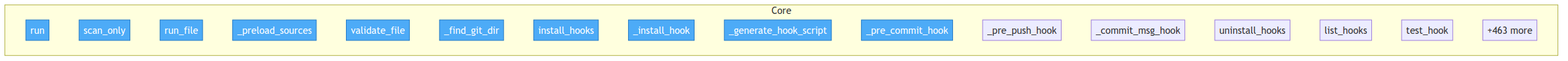
Above: project/flow.png in semcod/refactoring (Mermaid), before the change. Its source is kept beside it as project/flow.mmd.
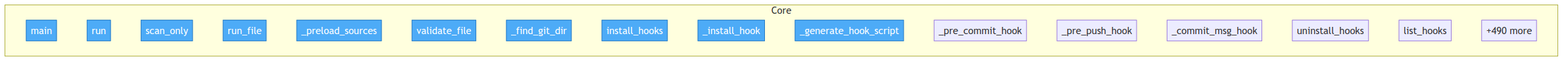
The same file after the commit.

The edit, as a diff of the source:
```diff
@@ -3,6 +3,7 @@
     classDef entry fill:#4dabf7,stroke:#1971c2,color:#fff
 
     subgraph Core
+        benchmark_ram_optimization__main["main"]
         src__prefact__engine__RefactoringEngine__run["run"]
         src__prefact__engine__RefactoringEngine__scan_only["scan_only"]
         src__prefact__engine__RefactoringEngine__run_file["run_file"]
@@ -17,8 +18,7 @@
         src__prefact__git_hooks__GitHooks___commit_msg_hook["_commit_msg_hook"]
         src__prefact__git_hooks__GitHooks__uninstall_hooks["uninstall_hooks"]
         src__prefact__git_hooks__GitHooks__list_hooks["list_hooks"]
-        src__prefact__git_hooks__GitHooks__test_hook["test_hook"]
-        ...["+463 more"]
+        ...["+490 more"]
     end
 
-    class src__prefact__engine__RefactoringEngine__run,src__prefact__engine__RefactoringEngine__scan_only,src__prefact__engine__RefactoringEngine__run_file,src__prefact__engine__RefactoringEngine___preload_sources,src__prefact__validator__Validator__validate_file,src__prefact__git_hooks__GitHooks___find_git_dir,src__prefact__git_hooks__GitHooks__install_hooks,src__prefact__git_hooks__GitHooks___install_hook,src__prefact__git_hooks__GitHooks___generate_hook_script,src__prefact__git_hooks__GitHooks___pre_commit_hook entry
+    class benchmark_ram_optimization__main,src__prefact__engine__RefactoringEngine__run,src__prefact__engine__RefactoringEngine__scan_only,src__prefact__engine__RefactoringEngine__run_file,src__prefact__engine__RefactoringEngine___preload_sources,src__prefact__validator__Validator__validate_file,src__prefact__git_hooks__GitHooks___find_git_dir,src__prefact__git_hooks__GitHooks__install_hooks,src__prefact__git_hooks__GitHooks___install_hook,src__prefact__git_hooks__GitHooks___generate_hook_script entry
```
